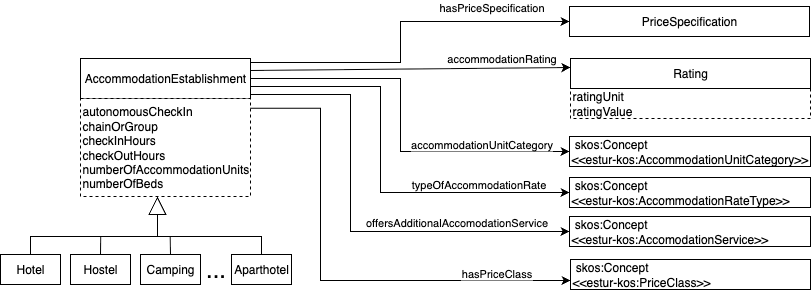
This is docs/images/fig5-Accommodation.png from UPM-Ontologia/core-ontology, a draw.io export, as it was before one commit. Source tidied: cells renumbered, new cells last; positions are measured from the earlier drawing's top-left corner, leaving out a move shared by most shapes. The source it was exported from:
```xml
<mxGraphModel>
  <root>
    <mxCell id="0" />
    <mxCell id="1" parent="0" />
    <mxCell id="2" style="edgeStyle=orthogonalEdgeStyle;rounded=0;jettySize=auto;html=1;exitX=1;exitY=0.7;exitDx=0;exitDy=0;entryX=0;entryY=0.5;entryDx=0;entryDy=0;" parent="1" edge="1" source="8" target="9">
      <mxGeometry relative="1" as="geometry">
        <Array as="points">
          <mxPoint x="380" y="80" />
          <mxPoint x="380" y="186" />
        </Array>
      </mxGeometry>
    </mxCell>
    <mxCell id="3" value="typeOfAccommodationRate" style="edgeLabel;html=1;align=center;verticalAlign=middle;" parent="2" vertex="1">
      <mxGeometry x="0.47" y="5" relative="1" as="geometry">
        <mxPoint x="21" y="-4" as="offset" />
      </mxGeometry>
    </mxCell>
    <mxCell id="4" style="edgeStyle=orthogonalEdgeStyle;rounded=0;jettySize=auto;html=1;exitX=1;exitY=0.9;exitDx=0;exitDy=0;entryX=0;entryY=0.5;entryDx=0;entryDy=0;" parent="1" edge="1" source="8" target="10">
      <mxGeometry relative="1" as="geometry">
        <Array as="points">
          <mxPoint x="350" y="88" />
          <mxPoint x="350" y="225" />
        </Array>
      </mxGeometry>
    </mxCell>
    <mxCell id="5" value="offersAdditionalAccomodationService" style="edgeLabel;html=1;align=center;verticalAlign=middle;" parent="4" vertex="1">
      <mxGeometry x="0.45" y="3" relative="1" as="geometry">
        <mxPoint x="11" y="-7" as="offset" />
      </mxGeometry>
    </mxCell>
    <mxCell id="6" style="edgeStyle=orthogonalEdgeStyle;rounded=0;jettySize=auto;html=1;exitX=1;exitY=0.5;exitDx=0;exitDy=0;entryX=0;entryY=0.5;entryDx=0;entryDy=0;" parent="1" edge="1" source="8" target="23">
      <mxGeometry relative="1" as="geometry">
        <Array as="points">
          <mxPoint x="400" y="72" />
          <mxPoint x="400" y="145" />
        </Array>
      </mxGeometry>
    </mxCell>
    <mxCell id="7" value="accommodationUnitCategory" style="edgeLabel;html=1;align=center;verticalAlign=middle;" parent="6" vertex="1">
      <mxGeometry x="0.65" y="-1" relative="1" as="geometry">
        <mxPoint x="-21" y="-9" as="offset" />
      </mxGeometry>
    </mxCell>
    <mxCell id="8" value="AccommodationEstablishment" style="rounded=0;whiteSpace=wrap;html=1;snapToPoint=1;points=[[0.1,0],[0.2,0],[0.3,0],[0.4,0],[0.5,0],[0.6,0],[0.7,0],[0.8,0],[0.9,0],[0,0.1],[0,0.3],[0,0.5],[0,0.7],[0,0.9],[0.1,1],[0.2,1],[0.3,1],[0.4,1],[0.5,1],[0.6,1],[0.7,1],[0.8,1],[0.9,1],[1,0.1],[1,0.3],[1,0.5],[1,0.7],[1,0.9]];" parent="1" vertex="1">
      <mxGeometry x="80" y="52" width="170" height="40" as="geometry" />
    </mxCell>
    <mxCell id="9" value="&lt;div style=&quot;&quot;&gt;&lt;span style=&quot;background-color: initial;&quot;&gt;&amp;nbsp;skos:Concept&lt;/span&gt;&lt;/div&gt;&lt;div style=&quot;&quot;&gt;&lt;span style=&quot;&quot;&gt;&amp;lt;&amp;lt;estur-kos:AccommodationRateType&amp;gt;&amp;gt;&lt;/span&gt;&lt;/div&gt;" style="rounded=0;whiteSpace=wrap;html=1;snapToPoint=1;points=[[0.1,0],[0.2,0],[0.3,0],[0.4,0],[0.5,0],[0.6,0],[0.7,0],[0.8,0],[0.9,0],[0,0.1],[0,0.3],[0,0.5],[0,0.7],[0,0.9],[0.1,1],[0.2,1],[0.3,1],[0.4,1],[0.5,1],[0.6,1],[0.7,1],[0.8,1],[0.9,1],[1,0.1],[1,0.3],[1,0.5],[1,0.7],[1,0.9]];align=left;" parent="1" vertex="1">
      <mxGeometry x="569" y="171" width="241" height="30" as="geometry" />
    </mxCell>
    <mxCell id="10" value="&lt;div style=&quot;&quot;&gt;&lt;span style=&quot;background-color: initial;&quot;&gt;&amp;nbsp;skos:Concept&lt;/span&gt;&lt;/div&gt;&lt;div style=&quot;&quot;&gt;&amp;lt;&amp;lt;estur-kos:AccomodationService&amp;gt;&amp;gt;&lt;/div&gt;" style="rounded=0;whiteSpace=wrap;html=1;snapToPoint=1;points=[[0.1,0],[0.2,0],[0.3,0],[0.4,0],[0.5,0],[0.6,0],[0.7,0],[0.8,0],[0.9,0],[0,0.1],[0,0.3],[0,0.5],[0,0.7],[0,0.9],[0.1,1],[0.2,1],[0.3,1],[0.4,1],[0.5,1],[0.6,1],[0.7,1],[0.8,1],[0.9,1],[1,0.1],[1,0.3],[1,0.5],[1,0.7],[1,0.9]];align=left;" parent="1" vertex="1">
      <mxGeometry x="569" y="210" width="241" height="30" as="geometry" />
    </mxCell>
    <mxCell id="11" value="ratingUnit&lt;div&gt;ratingValue&lt;/div&gt;" style="rounded=0;whiteSpace=wrap;html=1;dashed=1;align=left;" parent="1" vertex="1">
      <mxGeometry x="570" y="82" width="240" height="30" as="geometry" />
    </mxCell>
    <mxCell id="12" value="&lt;div style=&quot;text-align: left;&quot;&gt;&lt;span style=&quot;background-color: transparent; color: light-dark(rgb(0, 0, 0), rgb(255, 255, 255));&quot;&gt;Rating&lt;/span&gt;&lt;/div&gt;" style="rounded=0;whiteSpace=wrap;html=1;snapToPoint=1;points=[[0.1,0],[0.2,0],[0.3,0],[0.4,0],[0.5,0],[0.6,0],[0.7,0],[0.8,0],[0.9,0],[0,0.1],[0,0.3],[0,0.5],[0,0.7],[0,0.9],[0.1,1],[0.2,1],[0.3,1],[0.4,1],[0.5,1],[0.6,1],[0.7,1],[0.8,1],[0.9,1],[1,0.1],[1,0.3],[1,0.5],[1,0.7],[1,0.9]];" parent="1" vertex="1">
      <mxGeometry x="570" y="52" width="240" height="30" as="geometry" />
    </mxCell>
    <mxCell id="13" value="autonomousCheckIn&lt;div&gt;chainOrGroup&lt;div&gt;checkInHours&lt;div&gt;checkOutHours&lt;/div&gt;&lt;div&gt;numberOfAccommodationUnits&lt;/div&gt;&lt;div&gt;numberOfBeds&lt;/div&gt;&lt;/div&gt;&lt;/div&gt;" style="rounded=0;whiteSpace=wrap;html=1;snapToPoint=1;points=[[0.1,0],[0.2,0],[0.3,0],[0.4,0],[0.5,0],[0.6,0],[0.7,0],[0.8,0],[0.9,0],[0,0.1],[0,0.3],[0,0.5],[0,0.7],[0,0.9],[0.1,1],[0.2,1],[0.3,1],[0.4,1],[0.5,1],[0.6,1],[0.7,1],[0.8,1],[0.9,1],[1,0.1],[1,0.3],[1,0.5],[1,0.7],[1,0.9]];dashed=1;align=left;" parent="1" vertex="1">
      <mxGeometry x="80" y="92" width="170" height="98" as="geometry" />
    </mxCell>
    <mxCell id="14" style="edgeStyle=orthogonalEdgeStyle;rounded=0;jettySize=auto;html=1;exitX=0.5;exitY=0;exitDx=0;exitDy=0;endArrow=none;endFill=0;" parent="1" edge="1" source="15">
      <mxGeometry relative="1" as="geometry">
        <mxPoint x="169.7" y="230" as="targetPoint" />
      </mxGeometry>
    </mxCell>
    <mxCell id="15" value="Camping" style="rounded=0;whiteSpace=wrap;html=1;snapToPoint=1;points=[[0.1,0],[0.2,0],[0.3,0],[0.4,0],[0.5,0],[0.6,0],[0.7,0],[0.8,0],[0.9,0],[0,0.1],[0,0.3],[0,0.5],[0,0.7],[0,0.9],[0.1,1],[0.2,1],[0.3,1],[0.4,1],[0.5,1],[0.6,1],[0.7,1],[0.8,1],[0.9,1],[1,0.1],[1,0.3],[1,0.5],[1,0.7],[1,0.9]];" parent="1" vertex="1">
      <mxGeometry x="140" y="248" width="60" height="30" as="geometry" />
    </mxCell>
    <mxCell id="16" value="Aparthotel" style="rounded=0;whiteSpace=wrap;html=1;snapToPoint=1;points=[[0.1,0],[0.2,0],[0.3,0],[0.4,0],[0.5,0],[0.6,0],[0.7,0],[0.8,0],[0.9,0],[0,0.1],[0,0.3],[0,0.5],[0,0.7],[0,0.9],[0.1,1],[0.2,1],[0.3,1],[0.4,1],[0.5,1],[0.6,1],[0.7,1],[0.8,1],[0.9,1],[1,0.1],[1,0.3],[1,0.5],[1,0.7],[1,0.9]];" parent="1" vertex="1">
      <mxGeometry x="231" y="248" width="60" height="30" as="geometry" />
    </mxCell>
    <mxCell id="17" style="edgeStyle=orthogonalEdgeStyle;rounded=0;jettySize=auto;html=1;exitX=0.5;exitY=0;exitDx=0;exitDy=0;endArrow=none;endFill=0;" parent="1" edge="1" source="18">
      <mxGeometry relative="1" as="geometry">
        <mxPoint x="100.2" y="230" as="targetPoint" />
      </mxGeometry>
    </mxCell>
    <mxCell id="18" value="Hostel" style="rounded=0;whiteSpace=wrap;html=1;snapToPoint=1;points=[[0.1,0],[0.2,0],[0.3,0],[0.4,0],[0.5,0],[0.6,0],[0.7,0],[0.8,0],[0.9,0],[0,0.1],[0,0.3],[0,0.5],[0,0.7],[0,0.9],[0.1,1],[0.2,1],[0.3,1],[0.4,1],[0.5,1],[0.6,1],[0.7,1],[0.8,1],[0.9,1],[1,0.1],[1,0.3],[1,0.5],[1,0.7],[1,0.9]];" parent="1" vertex="1">
      <mxGeometry x="70" y="248" width="60" height="30" as="geometry" />
    </mxCell>
    <mxCell id="19" value="Hotel" style="rounded=0;whiteSpace=wrap;html=1;snapToPoint=1;points=[[0.1,0],[0.2,0],[0.3,0],[0.4,0],[0.5,0],[0.6,0],[0.7,0],[0.8,0],[0.9,0],[0,0.1],[0,0.3],[0,0.5],[0,0.7],[0,0.9],[0.1,1],[0.2,1],[0.3,1],[0.4,1],[0.5,1],[0.6,1],[0.7,1],[0.8,1],[0.9,1],[1,0.1],[1,0.3],[1,0.5],[1,0.7],[1,0.9]];" parent="1" vertex="1">
      <mxGeometry y="248" width="60" height="30" as="geometry" />
    </mxCell>
    <mxCell id="20" value="&lt;font style=&quot;font-size: 24px;&quot;&gt;...&lt;/font&gt;" style="text;html=1;align=center;verticalAlign=middle;strokeColor=none;fillColor=none;" parent="1" vertex="1">
      <mxGeometry x="195" y="243" width="40" height="40" as="geometry" />
    </mxCell>
    <mxCell id="21" style="endArrow=block;endSize=16;endFill=0;html=1;rounded=0;entryX=0.5;entryY=1;entryDx=0;entryDy=0;" parent="1" edge="1">
      <mxGeometry relative="1" as="geometry">
        <mxPoint x="157" y="230" as="sourcePoint" />
        <mxPoint x="157" y="190" as="targetPoint" />
      </mxGeometry>
    </mxCell>
    <mxCell id="22" style="endArrow=none;html=1;rounded=0;exitX=0.5;exitY=0;exitDx=0;exitDy=0;entryX=0.5;entryY=0;entryDx=0;entryDy=0;" parent="1" edge="1" source="19" target="16">
      <mxGeometry relative="1" as="geometry">
        <Array as="points">
          <mxPoint x="30" y="230" />
          <mxPoint x="261" y="230" />
        </Array>
      </mxGeometry>
    </mxCell>
    <mxCell id="23" value="&lt;div&gt;&lt;span style=&quot;background-color: initial;&quot;&gt;&amp;nbsp;skos:Concept&lt;/span&gt;&lt;/div&gt;&lt;div&gt;&amp;lt;&amp;lt;estur-kos:AccommodationUnitCategory&amp;gt;&amp;gt;&lt;/div&gt;" style="rounded=0;whiteSpace=wrap;html=1;snapToPoint=1;points=[[0.1,0],[0.2,0],[0.3,0],[0.4,0],[0.5,0],[0.6,0],[0.7,0],[0.8,0],[0.9,0],[0,0.1],[0,0.3],[0,0.5],[0,0.7],[0,0.9],[0.1,1],[0.2,1],[0.3,1],[0.4,1],[0.5,1],[0.6,1],[0.7,1],[0.8,1],[0.9,1],[1,0.1],[1,0.3],[1,0.5],[1,0.7],[1,0.9]];align=left;" parent="1" vertex="1">
      <mxGeometry x="569" y="130" width="241" height="30" as="geometry" />
    </mxCell>
    <mxCell id="24" style="endArrow=classic;html=1;rounded=0;exitX=1;exitY=0.3;exitDx=0;exitDy=0;entryX=0;entryY=0.3;entryDx=0;entryDy=0;" parent="1" edge="1" source="8" target="12">
      <mxGeometry relative="1" as="geometry" />
    </mxCell>
    <mxCell id="25" value="accommodationRating" style="edgeLabel;html=1;align=center;verticalAlign=middle;" parent="1" vertex="1">
      <mxGeometry x="500" y="100" as="geometry">
        <mxPoint y="-49" as="offset" />
      </mxGeometry>
    </mxCell>
    <mxCell id="26" value="&amp;nbsp;skos:Concept&lt;div&gt;&amp;lt;&amp;lt;estur-kos:PriceClass&amp;gt;&amp;gt;&lt;/div&gt;" style="rounded=0;whiteSpace=wrap;html=1;snapToPoint=1;points=[[0.1,0],[0.2,0],[0.3,0],[0.4,0],[0.5,0],[0.6,0],[0.7,0],[0.8,0],[0.9,0],[0,0.1],[0,0.3],[0,0.5],[0,0.7],[0,0.9],[0.1,1],[0.2,1],[0.3,1],[0.4,1],[0.5,1],[0.6,1],[0.7,1],[0.8,1],[0.9,1],[1,0.1],[1,0.3],[1,0.5],[1,0.7],[1,0.9]];align=left;" parent="1" vertex="1">
      <mxGeometry x="570" y="253" width="240" height="30" as="geometry" />
    </mxCell>
    <mxCell id="27" style="edgeStyle=orthogonalEdgeStyle;rounded=0;jettySize=auto;html=1;exitX=1;exitY=0.1;exitDx=0;exitDy=0;entryX=0;entryY=0.7;entryDx=0;entryDy=0;" parent="1" edge="1" source="13" target="26">
      <mxGeometry relative="1" as="geometry">
        <Array as="points">
          <mxPoint x="320" y="102" />
          <mxPoint x="320" y="274" />
        </Array>
      </mxGeometry>
    </mxCell>
    <mxCell id="28" value="hasPriceClass" style="edgeLabel;html=1;align=center;verticalAlign=middle;" parent="27" vertex="1">
      <mxGeometry x="0.65" y="-1" relative="1" as="geometry">
        <mxPoint x="11" y="-9" as="offset" />
      </mxGeometry>
    </mxCell>
    <mxCell id="29" value="&lt;div style=&quot;text-align: left;&quot;&gt;&lt;span style=&quot;background-color: transparent; color: light-dark(rgb(0, 0, 0), rgb(255, 255, 255));&quot;&gt;PriceSpecification&lt;/span&gt;&lt;/div&gt;" style="rounded=0;whiteSpace=wrap;html=1;snapToPoint=1;points=[[0.1,0],[0.2,0],[0.3,0],[0.4,0],[0.5,0],[0.6,0],[0.7,0],[0.8,0],[0.9,0],[0,0.1],[0,0.3],[0,0.5],[0,0.7],[0,0.9],[0.1,1],[0.2,1],[0.3,1],[0.4,1],[0.5,1],[0.6,1],[0.7,1],[0.8,1],[0.9,1],[1,0.1],[1,0.3],[1,0.5],[1,0.7],[1,0.9]];" parent="1" vertex="1">
      <mxGeometry x="569" width="240" height="30" as="geometry" />
    </mxCell>
    <mxCell id="30" style="endArrow=classic;html=1;rounded=0;exitX=1;exitY=0.1;exitDx=0;exitDy=0;entryX=0;entryY=0.5;entryDx=0;entryDy=0;" parent="1" edge="1" source="8" target="29">
      <mxGeometry relative="1" as="geometry">
        <Array as="points">
          <mxPoint x="400" y="56" />
          <mxPoint x="400" y="15" />
        </Array>
      </mxGeometry>
    </mxCell>
    <mxCell id="31" value="hasPriceSpecification" style="edgeLabel;html=1;align=center;verticalAlign=middle;" parent="1" vertex="1">
      <mxGeometry x="490" as="geometry" />
    </mxCell>
  </root>
</mxGraphModel>
```
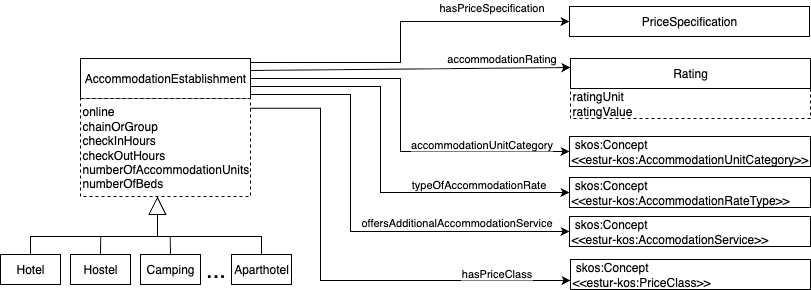
After the change.

What changed in the source:
```diff
@@ -23,7 +23,7 @@
         </Array>
       </mxGeometry>
     </mxCell>
-    <mxCell id="5" value="offersAdditionalAccomodationService" style="edgeLabel;html=1;align=center;verticalAlign=middle;" parent="4" vertex="1">
+    <mxCell id="5" value="offersAdditionalAccommodationService" style="edgeLabel;html=1;align=center;verticalAlign=middle;" parent="4" vertex="1">
       <mxGeometry x="0.45" y="3" relative="1" as="geometry">
         <mxPoint x="11" y="-7" as="offset" />
       </mxGeometry>
@@ -56,7 +56,7 @@
     <mxCell id="12" value="&lt;div style=&quot;text-align: left;&quot;&gt;&lt;span style=&quot;background-color: transparent; color: light-dark(rgb(0, 0, 0), rgb(255, 255, 255));&quot;&gt;Rating&lt;/span&gt;&lt;/div&gt;" style="rounded=0;whiteSpace=wrap;html=1;snapToPoint=1;points=[[0.1,0],[0.2,0],[0.3,0],[0.4,0],[0.5,0],[0.6,0],[0.7,0],[0.8,0],[0.9,0],[0,0.1],[0,0.3],[0,0.5],[0,0.7],[0,0.9],[0.1,1],[0.2,1],[0.3,1],[0.4,1],[0.5,1],[0.6,1],[0.7,1],[0.8,1],[0.9,1],[1,0.1],[1,0.3],[1,0.5],[1,0.7],[1,0.9]];" parent="1" vertex="1">
       <mxGeometry x="570" y="52" width="240" height="30" as="geometry" />
     </mxCell>
-    <mxCell id="13" value="autonomousCheckIn&lt;div&gt;chainOrGroup&lt;div&gt;checkInHours&lt;div&gt;checkOutHours&lt;/div&gt;&lt;div&gt;numberOfAccommodationUnits&lt;/div&gt;&lt;div&gt;numberOfBeds&lt;/div&gt;&lt;/div&gt;&lt;/div&gt;" style="rounded=0;whiteSpace=wrap;html=1;snapToPoint=1;points=[[0.1,0],[0.2,0],[0.3,0],[0.4,0],[0.5,0],[0.6,0],[0.7,0],[0.8,0],[0.9,0],[0,0.1],[0,0.3],[0,0.5],[0,0.7],[0,0.9],[0.1,1],[0.2,1],[0.3,1],[0.4,1],[0.5,1],[0.6,1],[0.7,1],[0.8,1],[0.9,1],[1,0.1],[1,0.3],[1,0.5],[1,0.7],[1,0.9]];dashed=1;align=left;" parent="1" vertex="1">
+    <mxCell id="13" value="online&lt;div&gt;chainOrGroup&lt;div&gt;checkInHours&lt;div&gt;checkOutHours&lt;/div&gt;&lt;div&gt;numberOfAccommodationUnits&lt;/div&gt;&lt;div&gt;numberOfBeds&lt;/div&gt;&lt;/div&gt;&lt;/div&gt;" style="rounded=0;whiteSpace=wrap;html=1;snapToPoint=1;points=[[0.1,0],[0.2,0],[0.3,0],[0.4,0],[0.5,0],[0.6,0],[0.7,0],[0.8,0],[0.9,0],[0,0.1],[0,0.3],[0,0.5],[0,0.7],[0,0.9],[0.1,1],[0.2,1],[0.3,1],[0.4,1],[0.5,1],[0.6,1],[0.7,1],[0.8,1],[0.9,1],[1,0.1],[1,0.3],[1,0.5],[1,0.7],[1,0.9]];dashed=1;align=left;" parent="1" vertex="1">
       <mxGeometry x="80" y="92" width="170" height="98" as="geometry" />
     </mxCell>
     <mxCell id="14" style="edgeStyle=orthogonalEdgeStyle;rounded=0;jettySize=auto;html=1;exitX=0.5;exitY=0;exitDx=0;exitDy=0;endArrow=none;endFill=0;" parent="1" edge="1" source="15">
```
